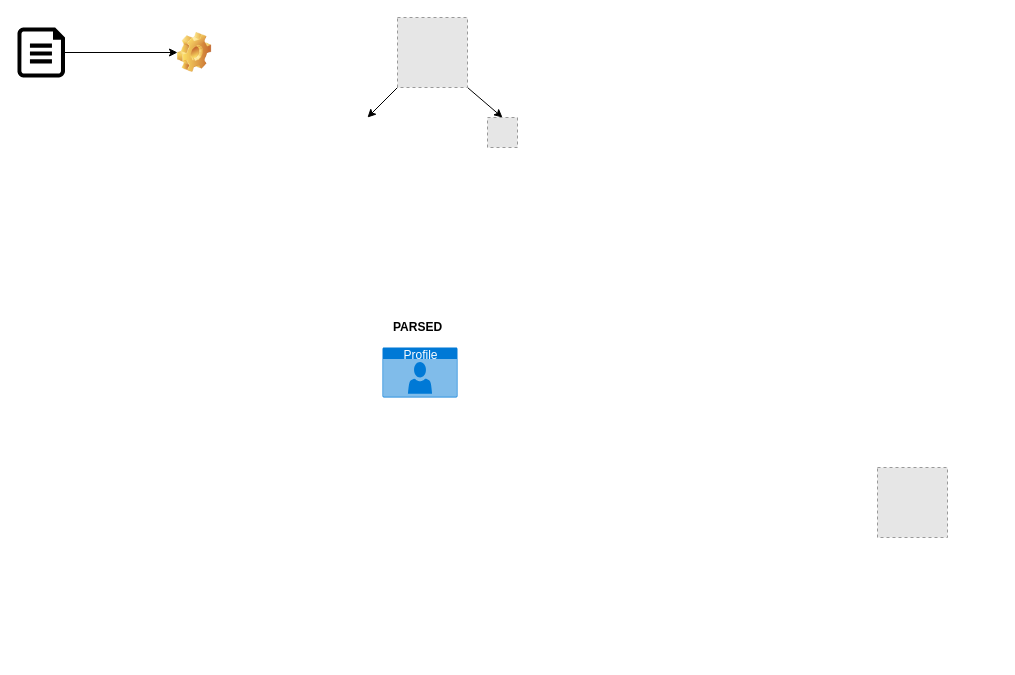
The draw.io diagram page "Page-2" (2 of 2) of Untitled Diagram.drawio in gamingflexer/DeepBlue, before the edit. Source tidied: cells renumbered, new cells numbered last; positions are measured from the earlier drawing's top-left corner, leaving out a move shared by most shapes. Both pictures are drawn from the tidied source at 100%, with x=0, y=0 at pixel (17, 17). Pictures stored in the file or linked from it are replaced by grey dashed boxes.
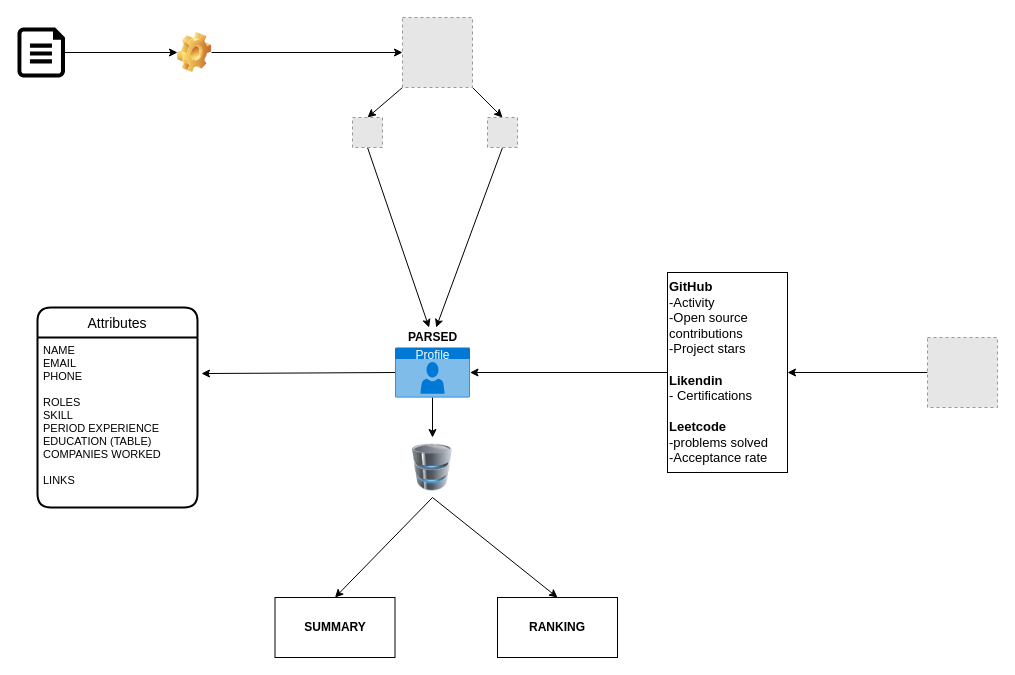
After the change.

The change refers to these unchanged cells:
```xml
<mxCell id="6" style="shape=image;html=1;verticalLabelPosition=bottom;verticalAlign=top;imageAspect=1;image=img/clipart/Gear_128x128.png;" parent="1" vertex="1">
  <mxGeometry x="160" y="15" width="34.1" height="40" as="geometry" />
</mxCell>
<mxCell id="11" style="fillColor=#E6E6E6;strokeColor=#999999;dashed=1;html=1;verticalAlign=top;verticalLabelPosition=bottom;labelBackgroundColor=#ffffff;" parent="1" vertex="1">
  <mxGeometry x="470" y="100" width="30" height="30" as="geometry" />
</mxCell>
```

What changed in the source:
```diff
@@
+    <mxCell id="12" style="edgeStyle=none;rounded=0;jettySize=auto;html=1;exitX=0;exitY=0.5;exitDx=0;exitDy=0;exitPerimeter=0;entryX=1.025;entryY=0.212;entryDx=0;entryDy=0;entryPerimeter=0;fontSize=11;fontColor=default;" parent="1" edge="1" source="2" target="24">
+      <mxGeometry relative="1" as="geometry" />
+    </mxCell>
+    <mxCell id="13" style="edgeStyle=none;rounded=0;jettySize=auto;html=1;exitX=0.5;exitY=1;exitDx=0;exitDy=0;exitPerimeter=0;entryX=0.5;entryY=0;entryDx=0;entryDy=0;fontSize=11;fontColor=default;" parent="1" edge="1" source="2" target="27">
+      <mxGeometry relative="1" as="geometry" />
+    </mxCell>
     <mxCell id="2" value="Profile" style="html=1;strokeColor=none;fillColor=#0079D6;labelPosition=center;verticalLabelPosition=middle;verticalAlign=top;align=center;fontSize=12;outlineConnect=0;spacingTop=-6;fontColor=#FFFFFF;sketch=0;shape=mxgraph.sitemap.profile;" parent="1" vertex="1">
-      <mxGeometry x="365" y="330" width="75" height="50" as="geometry" />
+      <mxGeometry x="377.5" y="330" width="75" height="50" as="geometry" />
     </mxCell>
@@
     <mxCell id="5" value="&lt;b&gt;PARSED&lt;/b&gt;" style="text;html=1;align=center;verticalAlign=middle;points=[];strokeColor=none;fillColor=none;" parent="1" vertex="1">
-      <mxGeometry x="370" y="300" width="60" height="20" as="geometry" />
+      <mxGeometry x="385" y="310" width="60" height="20" as="geometry" />
     </mxCell>
+    <mxCell id="14" style="edgeStyle=none;rounded=0;jettySize=auto;html=1;exitX=1;exitY=0.5;exitDx=0;exitDy=0;entryX=0;entryY=0.5;entryDx=0;entryDy=0;fontColor=default;" parent="1" edge="1" source="6" target="10">
+      <mxGeometry relative="1" as="geometry" />
+    </mxCell>
@@
+    <mxCell id="15" style="edgeStyle=none;rounded=0;jettySize=auto;html=1;exitX=0;exitY=0.5;exitDx=0;exitDy=0;entryX=1;entryY=0.5;entryDx=0;entryDy=0;fontColor=default;" parent="1" edge="1" source="7" target="20">
+      <mxGeometry relative="1" as="geometry" />
+    </mxCell>
     <mxCell id="7" style="fillColor=#E6E6E6;strokeColor=#999999;dashed=1;verticalLabelPosition=bottom;labelBackgroundColor=#ffffff;verticalAlign=top;" parent="1" vertex="1">
-      <mxGeometry x="860" y="450" width="70" height="70" as="geometry" />
+      <mxGeometry x="910" y="320" width="70" height="70" as="geometry" />
     </mxCell>
@@
     <mxCell id="10" style="fillColor=#E6E6E6;strokeColor=#999999;dashed=1;verticalLabelPosition=bottom;labelBackgroundColor=#ffffff;verticalAlign=top;" parent="1" vertex="1">
-      <mxGeometry x="380" width="70" height="70" as="geometry" />
+      <mxGeometry x="385" width="70" height="70" as="geometry" />
     </mxCell>
+    <mxCell id="16" style="edgeStyle=none;rounded=0;jettySize=auto;html=1;exitX=0.5;exitY=1;exitDx=0;exitDy=0;fontColor=default;" parent="1" edge="1" source="11" target="5">
+      <mxGeometry relative="1" as="geometry" />
+    </mxCell>
@@
+    <mxCell id="17" style="edgeStyle=none;rounded=0;jettySize=auto;html=1;exitX=0.5;exitY=1;exitDx=0;exitDy=0;fontColor=default;" parent="1" edge="1" source="18" target="5">
+      <mxGeometry relative="1" as="geometry" />
+    </mxCell>
+    <mxCell id="18" style="fillColor=#E6E6E6;strokeColor=#999999;dashed=1;verticalLabelPosition=bottom;labelBackgroundColor=#ffffff;verticalAlign=top;" parent="1" vertex="1">
+      <mxGeometry x="335" y="100" width="30" height="30" as="geometry" />
+    </mxCell>
+    <mxCell id="19" style="edgeStyle=none;rounded=0;jettySize=auto;html=1;exitX=0;exitY=0.5;exitDx=0;exitDy=0;entryX=1;entryY=0.5;entryDx=0;entryDy=0;entryPerimeter=0;fontColor=default;" parent="1" edge="1" source="20" target="2">
+      <mxGeometry relative="1" as="geometry" />
+    </mxCell>
+    <mxCell id="20" value="&lt;div&gt;&lt;span&gt;&lt;b&gt;GitHub&lt;/b&gt;&lt;/span&gt;&lt;/div&gt;&lt;div&gt;&lt;span&gt;-Activity&lt;/span&gt;&lt;/div&gt;&lt;div&gt;&lt;span&gt;-Open source contributions&lt;/span&gt;&lt;/div&gt;&lt;div&gt;&lt;span&gt;-Project stars&lt;/span&gt;&lt;/div&gt;&lt;div&gt;&lt;br&gt;&lt;/div&gt;&lt;div&gt;&lt;span&gt;&lt;b&gt;Likendin&lt;/b&gt;&lt;/span&gt;&lt;/div&gt;&lt;div&gt;&lt;span&gt;- Certifications&lt;/span&gt;&lt;/div&gt;&lt;div&gt;&lt;br&gt;&lt;/div&gt;&lt;div&gt;&lt;span&gt;&lt;b&gt;Leetcode&lt;/b&gt;&lt;/span&gt;&lt;/div&gt;&lt;div&gt;&lt;span&gt;-problems solved&lt;/span&gt;&lt;/div&gt;&lt;div&gt;&lt;span&gt;-Acceptance rate&lt;/span&gt;&lt;/div&gt;" style="whiteSpace=wrap;html=1;fontSize=13;fontColor=#000000;align=left;" parent="1" vertex="1">
+      <mxGeometry x="650" y="255" width="120" height="200" as="geometry" />
+    </mxCell>
+    <mxCell id="21" value="&lt;b&gt;SUMMARY&lt;/b&gt;" style="whiteSpace=wrap;html=1;sketch=0;fontColor=default;strokeColor=#000000;fillColor=default;gradientColor=none;align=center;rounded=0;shadow=0;strokeWidth=1;" parent="1" vertex="1">
+      <mxGeometry x="257.5" y="580" width="120" height="60" as="geometry" />
+    </mxCell>
+    <mxCell id="22" value="&lt;b&gt;RANKING&lt;/b&gt;" style="whiteSpace=wrap;html=1;sketch=0;fontColor=default;strokeColor=#000000;fillColor=default;gradientColor=none;align=center;rounded=0;shadow=0;strokeWidth=1;" parent="1" vertex="1">
+      <mxGeometry x="480" y="580" width="120" height="60" as="geometry" />
+    </mxCell>
+    <mxCell id="23" value="Attributes" style="swimlane;horizontal=1;startSize=30;rounded=1;fontSize=14;fontStyle=0;strokeWidth=2;shadow=0;dashed=0;align=center;" parent="1" vertex="1">
+      <mxGeometry x="20" y="290" width="160" height="200" as="geometry" />
+    </mxCell>
+    <mxCell id="24" value="NAME&#10;EMAIL&#10;PHONE&#10;&#10;ROLES&#10;SKILL&#10;PERIOD EXPERIENCE&#10;EDUCATION (TABLE)&#10;COMPANIES WORKED&#10;&#10;LINKS&#10;&#10;&#10;" style="align=left;strokeColor=none;fillColor=none;spacingLeft=4;fontSize=11;verticalAlign=top;" parent="23" vertex="1">
+      <mxGeometry y="30" width="160" height="170" as="geometry" />
+    </mxCell>
+    <mxCell id="25" style="edgeStyle=none;rounded=0;jettySize=auto;html=1;exitX=0.5;exitY=1;exitDx=0;exitDy=0;entryX=0.5;entryY=0;entryDx=0;entryDy=0;fontSize=11;fontColor=default;" parent="1" edge="1" source="27" target="21">
+      <mxGeometry relative="1" as="geometry" />
+    </mxCell>
+    <mxCell id="26" style="edgeStyle=none;rounded=0;jettySize=auto;html=1;exitX=0.5;exitY=1;exitDx=0;exitDy=0;entryX=0.5;entryY=0;entryDx=0;entryDy=0;fontSize=11;fontColor=default;" parent="1" edge="1" source="27" target="22">
+      <mxGeometry relative="1" as="geometry" />
+    </mxCell>
+    <mxCell id="27" style="image;html=1;image=img/lib/clip_art/computers/Database_128x128.png;gradientColor=none;rounded=0;shadow=0;sketch=0;fontSize=11;fontColor=default;strokeColor=#000000;strokeWidth=1;align=center;" parent="1" vertex="1">
+      <mxGeometry x="395" y="420" width="40" height="60" as="geometry" />
+    </mxCell>
```
